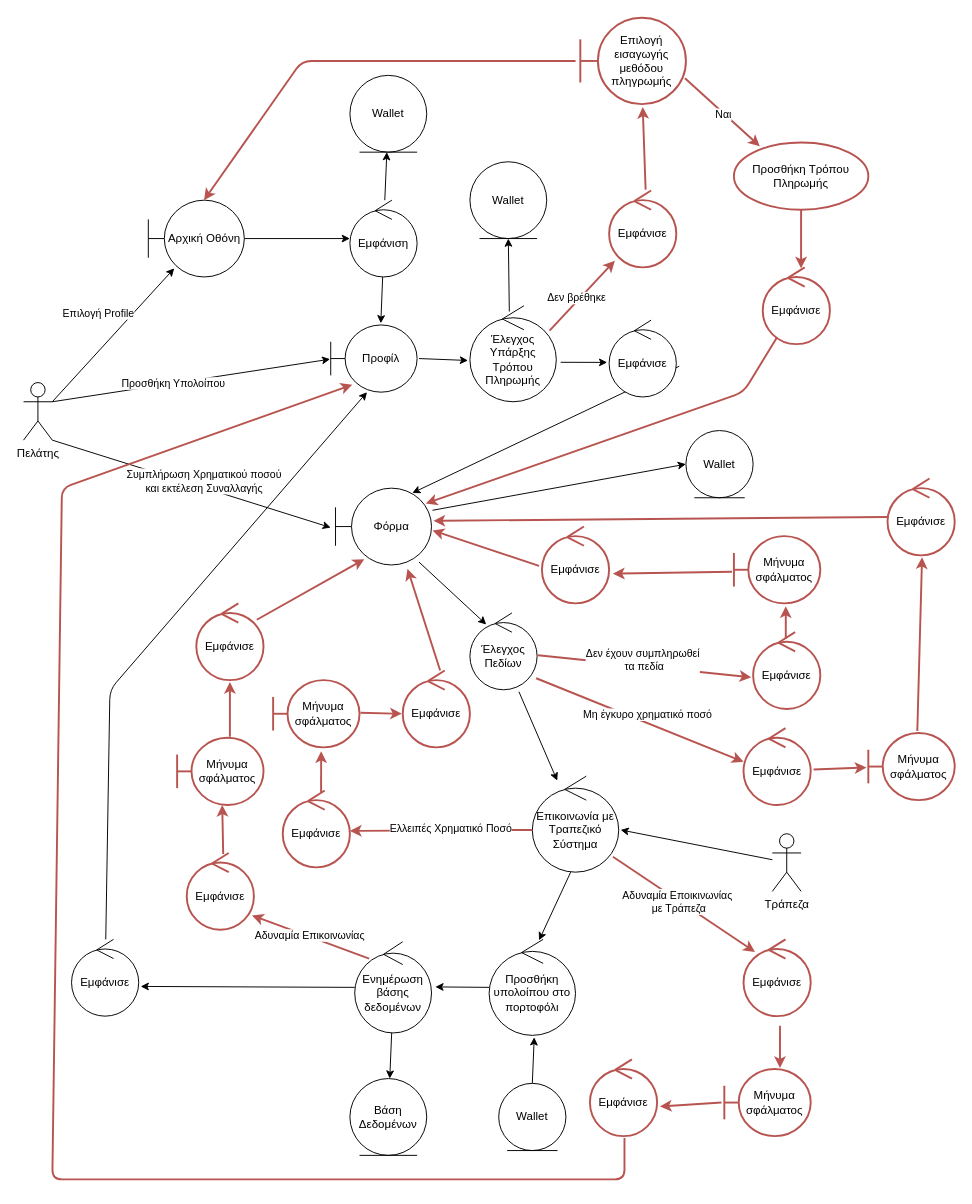
Nikolis2002/texnoligia_logismikou keeps this draw.io diagram as Part_2/Robustness/diagrams/06_Φόρτιση_Πορτοφολιού.drawio. Above is the earlier version. Source tidied: cells renumbered, new cells numbered last; positions are measured from the earlier drawing's top-left corner, leaving out a move shared by most shapes. Both pictures are drawn from the tidied source at 96%, with x=0, y=0 at pixel (23, 17).
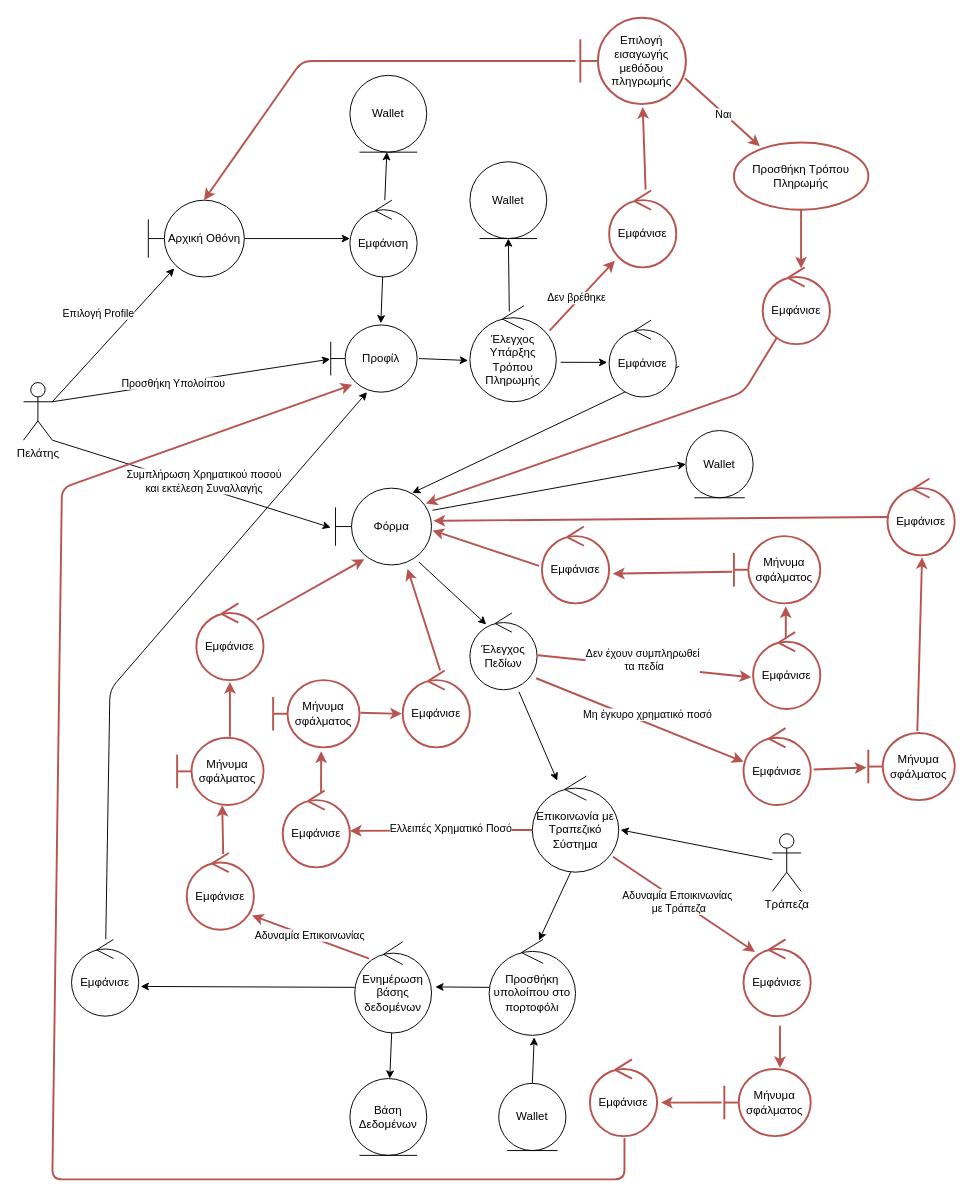
Above is the later version.

The change refers to these unchanged cells:
```xml
<mxCell id="73" value="Μήνυμα σφάλματος" style="shape=umlBoundary;whiteSpace=wrap;html=1;fillColor=none;strokeColor=#b85450;strokeWidth=2;" parent="1" vertex="1">
  <mxGeometry x="730" y="1095" width="90" height="70" as="geometry" />
</mxCell>
<mxCell id="75" value="Εμφάνισε" style="ellipse;shape=umlControl;whiteSpace=wrap;html=1;fillColor=none;strokeColor=#b85450;strokeWidth=2;" parent="1" vertex="1">
  <mxGeometry x="590" y="1085" width="70" height="80" as="geometry" />
</mxCell>
```

What changed in the source:
```diff
@@
-    <mxCell id="76" style="edgeStyle=none;html=1;strokeWidth=2;fontSize=12;fillColor=none;strokeColor=#b85450;exitX=-0.033;exitY=0.5;exitDx=0;exitDy=0;exitPerimeter=0;entryX=1.043;entryY=0.613;entryDx=0;entryDy=0;entryPerimeter=0;" parent="1" edge="1" source="73" target="75">
+    <mxCell id="76" style="edgeStyle=none;html=1;strokeWidth=2;fontSize=12;fillColor=none;strokeColor=#b85450;exitX=-0.033;exitY=0.5;exitDx=0;exitDy=0;exitPerimeter=0;entryX=1.057;entryY=0.563;entryDx=0;entryDy=0;entryPerimeter=0;" parent="1" edge="1" source="73" target="75">
       <mxGeometry relative="1" as="geometry" />
     </mxCell>
```
